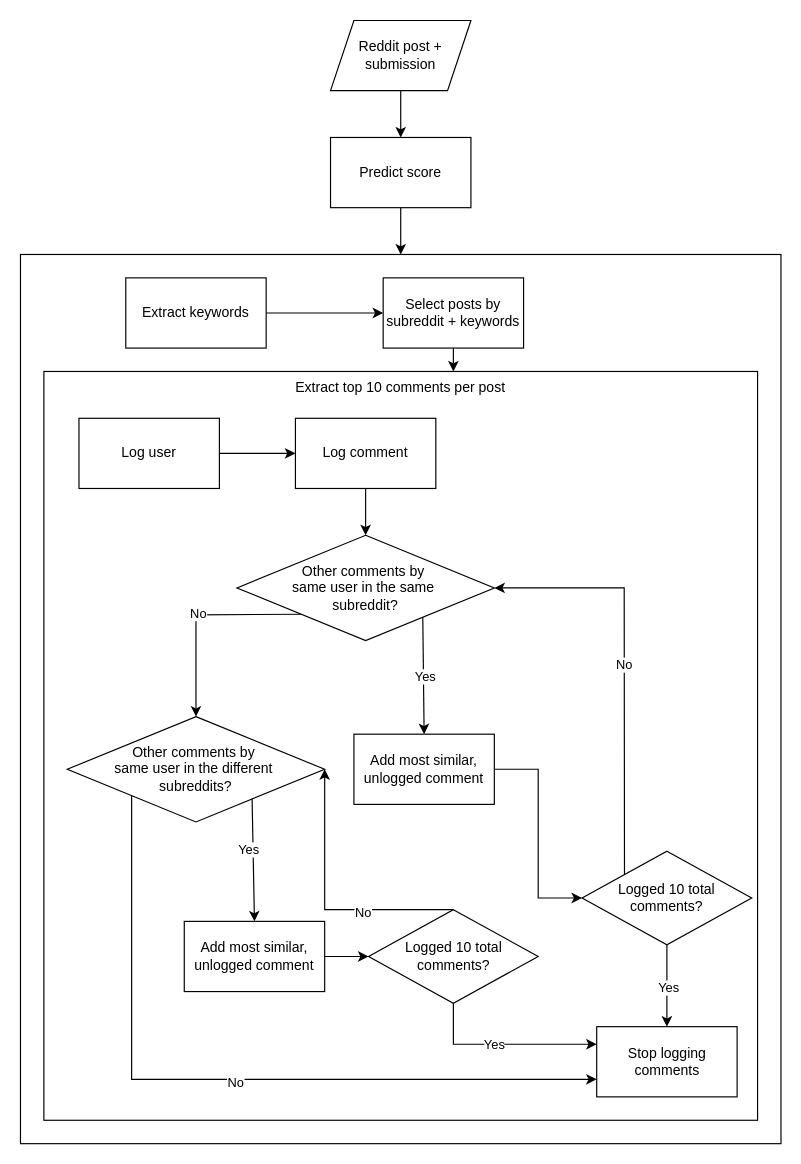
Earlier version of the draw.io diagram progress report/Untitled Diagram.drawio (clotpoledollophead/social-sim). Source tidied: cells renumbered, new cells numbered last; positions are measured from the earlier drawing's top-left corner, leaving out a move shared by most shapes. Both pictures are drawn from the tidied source at 117%, with x=0, y=0 at pixel (20, 20).
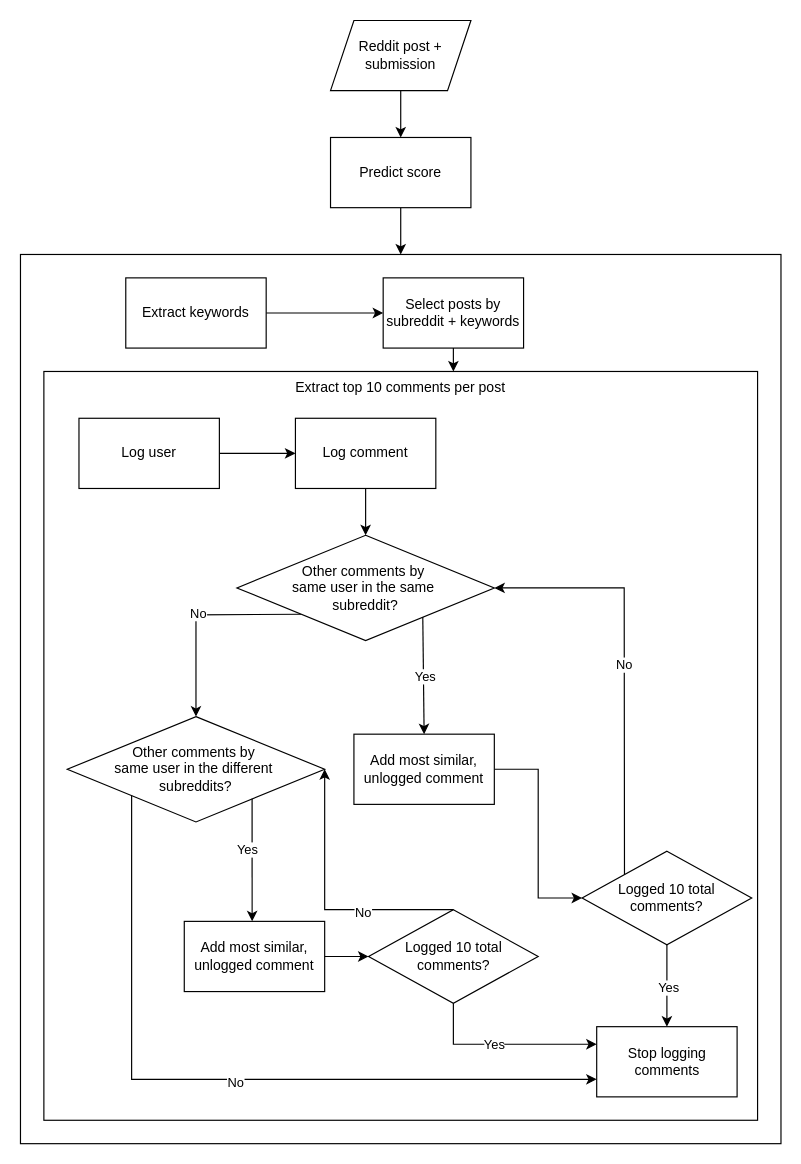
The same diagram, later.

The change refers to these unchanged cells:
```xml
<mxCell id="29" value="Other comments by&amp;nbsp;&lt;div&gt;same user in the different&amp;nbsp;&lt;/div&gt;&lt;div&gt;subreddits?&lt;/div&gt;" style="rhombus;whiteSpace=wrap;html=1;" parent="1" vertex="1">
  <mxGeometry x="40" y="595" width="220" height="90" as="geometry" />
</mxCell>
<mxCell id="30" value="Add most similar, unlogged comment" style="rounded=0;whiteSpace=wrap;html=1;" parent="1" vertex="1">
  <mxGeometry x="140" y="770" width="120" height="60" as="geometry" />
</mxCell>
```

Diff of the diagram source:
```diff
@@
-    <mxCell id="31" style="endArrow=classic;html=1;rounded=0;exitX=0.718;exitY=0.779;exitDx=0;exitDy=0;exitPerimeter=0;entryX=0.5;entryY=0;entryDx=0;entryDy=0;" parent="1" edge="1" source="29" target="30">
-      <mxGeometry relative="1" as="geometry" />
+    <mxCell id="31" style="endArrow=classic;html=1;rounded=0;exitX=0.718;exitY=0.779;exitDx=0;exitDy=0;exitPerimeter=0;" parent="1" edge="1" source="29">
+      <mxGeometry relative="1" as="geometry">
+        <mxPoint x="198" y="770" as="targetPoint" />
+      </mxGeometry>
     </mxCell>
```
